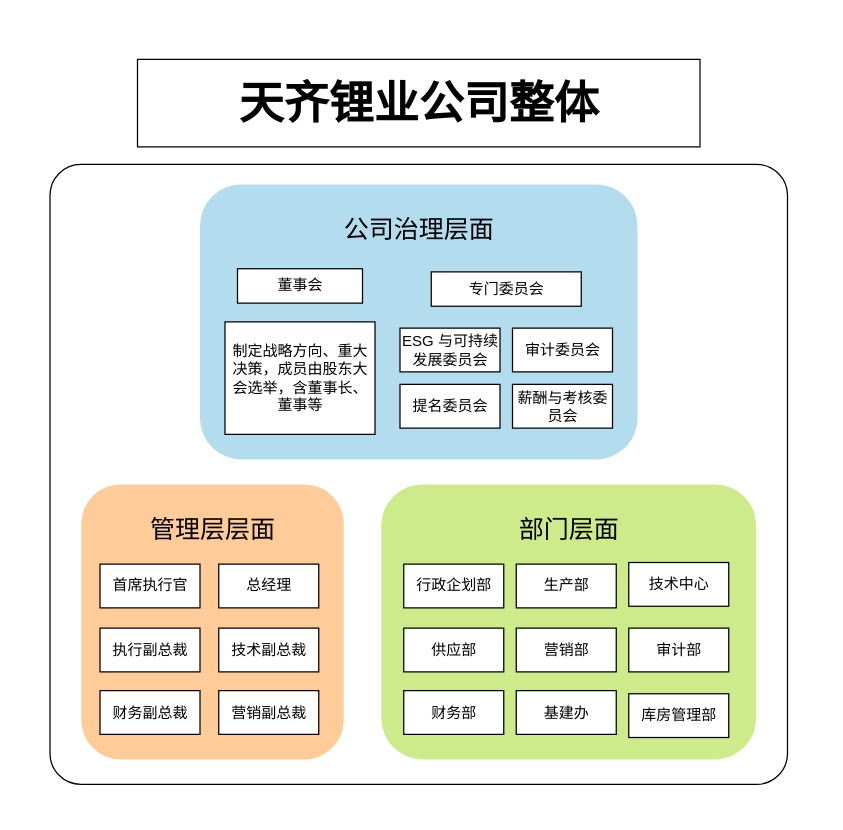
Earlier version of the draw.io diagram bao.drawio (normalbut/deep_learning). Source tidied: cells renumbered, new cells numbered last; positions are measured from the earlier drawing's top-left corner, leaving out a move shared by most shapes. Both pictures are drawn from the tidied source at 125%, with x=0, y=0 at pixel (21, 34).
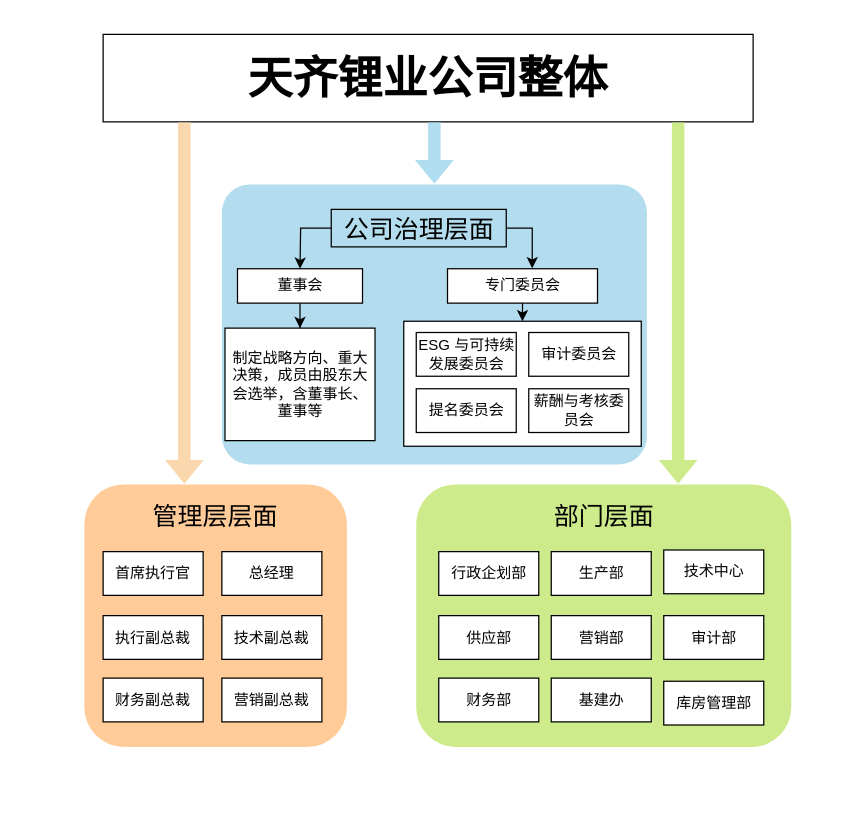
The same page after the edit.

The change refers to these unchanged cells:
```xml
<mxCell id="8" value="董事会" style="rounded=0;whiteSpace=wrap;html=1;" parent="1" vertex="1">
  <mxGeometry x="172.5" y="187.5" width="100" height="27.5" as="geometry" />
</mxCell>
```

Diff of the diagram source:
```diff
@@
-    <mxCell id="2" style="rounded=0;whiteSpace=wrap;html=1;gradientColor=none;fillColor=none;strokeColor=none;" parent="1" vertex="1">
-      <mxGeometry width="630" height="620" as="geometry" />
-    </mxCell>
-    <mxCell id="3" style="rounded=1;whiteSpace=wrap;html=1;arcSize=5;gradientColor=none;" parent="1" vertex="1">
-      <mxGeometry x="22.5" y="104" width="590" height="496" as="geometry" />
-    </mxCell>
+    <mxCell id="33" style="rounded=0;whiteSpace=wrap;html=1;strokeColor=none;" parent="1" vertex="1">
+      <mxGeometry x="30" y="-10" width="610" height="600" as="geometry" />
+    </mxCell>
+    <mxCell id="6" style="rounded=1;whiteSpace=wrap;html=1;fillColor=light-dark(#b3dcee, #271d00);gradientColor=none;strokeColor=none;arcSize=10;" parent="1" vertex="1">
+      <mxGeometry x="160" y="120" width="340" height="224" as="geometry" />
+    </mxCell>
+    <mxCell id="34" style="rounded=1;whiteSpace=wrap;html=1;arcSize=0;" parent="1" vertex="1">
+      <mxGeometry x="305.5" y="229.5" width="190" height="100" as="geometry" />
+    </mxCell>
     <mxCell id="4" style="rounded=1;whiteSpace=wrap;html=1;fillColor=light-dark(#cdeb8b, #ededed);strokeColor=none;" parent="1" vertex="1">
-      <mxGeometry x="287.5" y="360" width="300" height="220" as="geometry" />
+      <mxGeometry x="315.5" y="360" width="300" height="210" as="geometry" />
     </mxCell>
     <mxCell id="5" style="rounded=1;whiteSpace=wrap;html=1;fillColor=light-dark(#ffcb99, #ededed);strokeColor=none;" parent="1" vertex="1">
-      <mxGeometry x="47.5" y="360" width="210" height="220" as="geometry" />
+      <mxGeometry x="50" y="360" width="210" height="210" as="geometry" />
     </mxCell>
-    <mxCell id="6" style="rounded=1;whiteSpace=wrap;html=1;fillColor=light-dark(#b3dcee, #271d00);gradientColor=none;strokeColor=none;" parent="1" vertex="1">
-      <mxGeometry x="142.5" y="120" width="350" height="220" as="geometry" />
-    </mxCell>
     <mxCell id="7" value="&lt;font style=&quot;font-size: 36px;&quot;&gt;&lt;b style=&quot;&quot;&gt;天齐锂业公司整体&lt;/b&gt;&lt;/font&gt;" style="rounded=0;whiteSpace=wrap;html=1;" parent="1" vertex="1">
-      <mxGeometry x="92.5" y="20" width="450" height="70" as="geometry" />
+      <mxGeometry x="65" width="520" height="70" as="geometry" />
     </mxCell>
+    <mxCell id="35" style="edgeStyle=orthogonalEdgeStyle;rounded=0;jettySize=auto;html=1;" parent="1" edge="1" source="8" target="9">
+      <mxGeometry relative="1" as="geometry" />
+    </mxCell>
@@
     <mxCell id="9" value="制定战略方向、重大决策，成员由股东大会选举，含董事长、董事等" style="rounded=0;whiteSpace=wrap;html=1;" parent="1" vertex="1">
-      <mxGeometry x="162.5" y="230" width="120" height="90" as="geometry" />
+      <mxGeometry x="162.5" y="235" width="120" height="90" as="geometry" />
     </mxCell>
     <mxCell id="10" value="专门委员会" style="rounded=0;whiteSpace=wrap;html=1;" parent="1" vertex="1">
-      <mxGeometry x="327.5" y="190" width="120" height="27.5" as="geometry" />
+      <mxGeometry x="340.5" y="187.5" width="120" height="27.5" as="geometry" />
     </mxCell>
     <mxCell id="11" value="ESG 与可持续发展委员会" style="rounded=0;whiteSpace=wrap;html=1;" parent="1" vertex="1">
-      <mxGeometry x="302.5" y="235" width="80" height="35" as="geometry" />
+      <mxGeometry x="315.5" y="238.5" width="80" height="35" as="geometry" />
     </mxCell>
     <mxCell id="12" value="审计委员会" style="rounded=0;whiteSpace=wrap;html=1;" parent="1" vertex="1">
-      <mxGeometry x="392.5" y="235" width="80" height="35" as="geometry" />
+      <mxGeometry x="405.5" y="238.5" width="80" height="35" as="geometry" />
     </mxCell>
     <mxCell id="13" value="提名委员会" style="rounded=0;whiteSpace=wrap;html=1;" parent="1" vertex="1">
-      <mxGeometry x="302.5" y="280" width="80" height="35" as="geometry" />
+      <mxGeometry x="315.5" y="283.5" width="80" height="35" as="geometry" />
     </mxCell>
     <mxCell id="14" value="薪酬与考核委员会" style="rounded=0;whiteSpace=wrap;html=1;" parent="1" vertex="1">
-      <mxGeometry x="392.5" y="280" width="80" height="35" as="geometry" />
+      <mxGeometry x="405.5" y="283.5" width="80" height="35" as="geometry" />
     </mxCell>
     <mxCell id="15" value="首席执行官" style="rounded=0;whiteSpace=wrap;html=1;" parent="1" vertex="1">
-      <mxGeometry x="62.5" y="423.8" width="80" height="35" as="geometry" />
+      <mxGeometry x="65" y="413.8" width="80" height="35" as="geometry" />
     </mxCell>
     <mxCell id="16" value="执行副总裁" style="rounded=0;whiteSpace=wrap;html=1;" parent="1" vertex="1">
-      <mxGeometry x="62.5" y="475" width="80" height="35" as="geometry" />
+      <mxGeometry x="65" y="465" width="80" height="35" as="geometry" />
     </mxCell>
     <mxCell id="17" value="财务副总裁" style="rounded=0;whiteSpace=wrap;html=1;" parent="1" vertex="1">
-      <mxGeometry x="62.5" y="525" width="80" height="35" as="geometry" />
+      <mxGeometry x="65" y="515" width="80" height="35" as="geometry" />
     </mxCell>
     <mxCell id="18" value="营销副总裁" style="rounded=0;whiteSpace=wrap;html=1;" parent="1" vertex="1">
-      <mxGeometry x="157.5" y="525" width="80" height="35" as="geometry" />
+      <mxGeometry x="160" y="515" width="80" height="35" as="geometry" />
     </mxCell>
     <mxCell id="19" value="总经理" style="rounded=0;whiteSpace=wrap;html=1;" parent="1" vertex="1">
-      <mxGeometry x="157.5" y="423.8" width="80" height="35" as="geometry" />
+      <mxGeometry x="160" y="413.8" width="80" height="35" as="geometry" />
     </mxCell>
     <mxCell id="20" value="技术副总裁" style="rounded=0;whiteSpace=wrap;html=1;" parent="1" vertex="1">
-      <mxGeometry x="157.5" y="475" width="80" height="35" as="geometry" />
+      <mxGeometry x="160" y="465" width="80" height="35" as="geometry" />
     </mxCell>
     <mxCell id="21" value="行政企划部" style="rounded=0;whiteSpace=wrap;html=1;" parent="1" vertex="1">
-      <mxGeometry x="305.5" y="423.8" width="80" height="35" as="geometry" />
+      <mxGeometry x="333.5" y="413.8" width="80" height="35" as="geometry" />
     </mxCell>
     <mxCell id="22" value="生产部" style="rounded=0;whiteSpace=wrap;html=1;" parent="1" vertex="1">
-      <mxGeometry x="395.5" y="423.8" width="80" height="35" as="geometry" />
+      <mxGeometry x="423.5" y="413.8" width="80" height="35" as="geometry" />
     </mxCell>
     <mxCell id="23" value="营销部" style="rounded=0;whiteSpace=wrap;html=1;" parent="1" vertex="1">
-      <mxGeometry x="395.5" y="475" width="80" height="35" as="geometry" />
+      <mxGeometry x="423.5" y="465" width="80" height="35" as="geometry" />
     </mxCell>
     <mxCell id="24" value="供应部" style="rounded=0;whiteSpace=wrap;html=1;" parent="1" vertex="1">
-      <mxGeometry x="305.5" y="475" width="80" height="35" as="geometry" />
+      <mxGeometry x="333.5" y="465" width="80" height="35" as="geometry" />
     </mxCell>
     <mxCell id="25" value="财务部" style="rounded=0;whiteSpace=wrap;html=1;" parent="1" vertex="1">
-      <mxGeometry x="305.5" y="525" width="80" height="35" as="geometry" />
+      <mxGeometry x="333.5" y="515" width="80" height="35" as="geometry" />
     </mxCell>
     <mxCell id="26" value="技术中心" style="rounded=0;whiteSpace=wrap;html=1;" parent="1" vertex="1">
-      <mxGeometry x="485.5" y="422.5" width="80" height="35" as="geometry" />
+      <mxGeometry x="513.5" y="412.5" width="80" height="35" as="geometry" />
     </mxCell>
     <mxCell id="27" value="基建办" style="rounded=0;whiteSpace=wrap;html=1;" parent="1" vertex="1">
-      <mxGeometry x="395.5" y="525" width="80" height="35" as="geometry" />
+      <mxGeometry x="423.5" y="515" width="80" height="35" as="geometry" />
     </mxCell>
     <mxCell id="28" value="库房管理部" style="rounded=0;whiteSpace=wrap;html=1;" parent="1" vertex="1">
-      <mxGeometry x="485.5" y="527.5" width="80" height="35" as="geometry" />
+      <mxGeometry x="513.5" y="517.5" width="80" height="35" as="geometry" />
     </mxCell>
     <mxCell id="29" value="审计部" style="rounded=0;whiteSpace=wrap;html=1;" parent="1" vertex="1">
-      <mxGeometry x="485.5" y="475" width="80" height="35" as="geometry" />
+      <mxGeometry x="513.5" y="465" width="80" height="35" as="geometry" />
     </mxCell>
-    <mxCell id="30" value="&lt;font style=&quot;font-size: 20px;&quot;&gt;公司治理层面&lt;/font&gt;" style="text;html=1;align=center;verticalAlign=middle;whiteSpace=wrap;rounded=0;" parent="1" vertex="1">
+    <mxCell id="30" value="&lt;font style=&quot;font-size: 20px;&quot;&gt;公司治理层面&lt;/font&gt;" style="text;html=1;align=center;verticalAlign=middle;whiteSpace=wrap;rounded=0;strokeColor=default;" parent="1" vertex="1">
       <mxGeometry x="247.5" y="140" width="140" height="30" as="geometry" />
     </mxCell>
     <mxCell id="31" value="&lt;span style=&quot;font-size: 20px;&quot;&gt;管理层层面&lt;/span&gt;" style="text;html=1;align=center;verticalAlign=middle;whiteSpace=wrap;rounded=0;" parent="1" vertex="1">
-      <mxGeometry x="87.5" y="380" width="130" height="30" as="geometry" />
+      <mxGeometry x="90" y="370" width="130" height="30" as="geometry" />
     </mxCell>
     <mxCell id="32" value="&lt;span style=&quot;font-size: 20px;&quot;&gt;部门层面&lt;/span&gt;" style="text;html=1;align=center;verticalAlign=middle;whiteSpace=wrap;rounded=0;" parent="1" vertex="1">
-      <mxGeometry x="382.5" y="380" width="110" height="30" as="geometry" />
+      <mxGeometry x="410.5" y="370" width="110" height="30" as="geometry" />
     </mxCell>
+    <mxCell id="36" style="endArrow=classic;html=1;rounded=0;exitX=0;exitY=0.5;exitDx=0;exitDy=0;entryX=0.5;entryY=0;entryDx=0;entryDy=0;" parent="1" edge="1" source="30" target="8">
+      <mxGeometry relative="1" as="geometry">
+        <Array as="points">
+          <mxPoint x="223" y="155" />
+        </Array>
+      </mxGeometry>
+    </mxCell>
+    <mxCell id="37" style="shape=flexArrow;endArrow=classic;html=1;rounded=0;fillColor=#fad7ac;strokeColor=none;" parent="1" edge="1">
+      <mxGeometry relative="1" as="geometry">
+        <mxPoint x="130" y="70" as="sourcePoint" />
+        <mxPoint x="130" y="360" as="targetPoint" />
+      </mxGeometry>
+    </mxCell>
+    <mxCell id="38" style="shape=flexArrow;endArrow=classic;html=1;rounded=0;fillColor=#cdeb8b;strokeColor=none;" parent="1" edge="1">
+      <mxGeometry relative="1" as="geometry">
+        <mxPoint x="525" y="70" as="sourcePoint" />
+        <mxPoint x="525" y="360" as="targetPoint" />
+      </mxGeometry>
+    </mxCell>
+    <mxCell id="39" style="edgeStyle=orthogonalEdgeStyle;rounded=0;jettySize=auto;html=1;entryX=0.565;entryY=-0.014;entryDx=0;entryDy=0;entryPerimeter=0;" parent="1" edge="1" source="30" target="10">
+      <mxGeometry relative="1" as="geometry">
+        <Array as="points">
+          <mxPoint x="408" y="155" />
+        </Array>
+      </mxGeometry>
+    </mxCell>
+    <mxCell id="40" style="shape=flexArrow;endArrow=classic;html=1;rounded=0;entryX=0.5;entryY=0;entryDx=0;entryDy=0;fillColor=#b1ddf0;strokeColor=none;" parent="1" edge="1" target="6">
+      <mxGeometry relative="1" as="geometry">
+        <mxPoint x="330" y="70" as="sourcePoint" />
+      </mxGeometry>
+    </mxCell>
+    <mxCell id="41" style="endArrow=classic;html=1;rounded=0;exitX=0.5;exitY=1;exitDx=0;exitDy=0;entryX=0.5;entryY=0;entryDx=0;entryDy=0;" parent="1" edge="1" source="10" target="34">
+      <mxGeometry relative="1" as="geometry" />
+    </mxCell>
```
